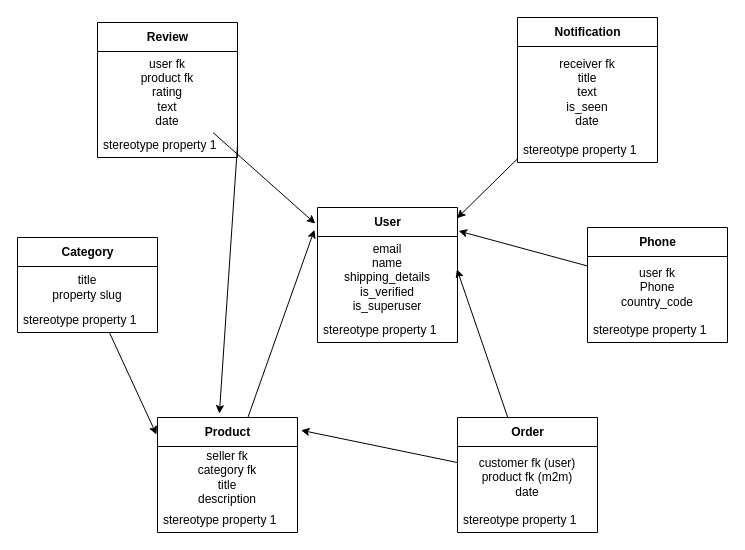
Above: uml/classDiagram.drawio in zinoubm/Marketly (draw.io), before the change. Source tidied: cells renumbered, new cells numbered last; positions are measured from the earlier drawing's top-left corner, leaving out a move shared by most shapes. Both pictures are drawn from the tidied source at 100%, with x=0, y=0 at pixel (17, 17).
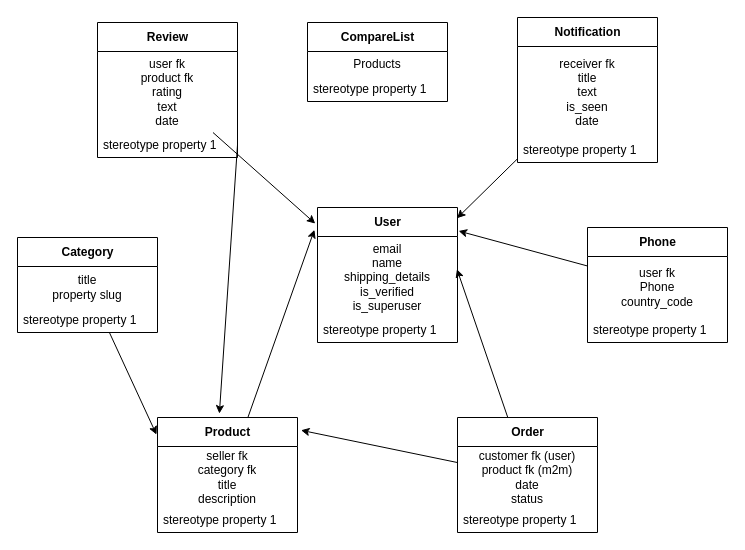
The same diagram, later.

Commit message (it also covers changes not shown here):
adding sequence diagrams

The change refers to these unchanged cells:
```xml
<mxCell id="14" value="Order" style="swimlane;fontStyle=1;align=center;verticalAlign=middle;horizontal=1;startSize=29;html=1;" parent="1" vertex="1">
  <mxGeometry x="440" y="400" width="140" height="115" as="geometry" />
</mxCell>
```

What changed in the source:
```diff
@@
-    <mxCell id="15" value="customer fk (user)&lt;br&gt;product fk (m2m)&lt;br&gt;date" style="text;html=1;strokeColor=none;fillColor=none;align=center;verticalAlign=middle;spacingLeft=4;spacingRight=4;overflow=hidden;points=[[0,0.5],[1,0.5]];portConstraint=eastwest;" parent="14" vertex="1">
+    <mxCell id="15" value="customer fk (user)&lt;br&gt;product fk (m2m)&lt;br&gt;date&lt;br&gt;status" style="text;html=1;strokeColor=none;fillColor=none;align=center;verticalAlign=middle;spacingLeft=4;spacingRight=4;overflow=hidden;points=[[0,0.5],[1,0.5]];portConstraint=eastwest;" parent="14" vertex="1">
       <mxGeometry y="29" width="140" height="61" as="geometry" />
     </mxCell>
@@
+    <mxCell id="31" value="CompareList" style="swimlane;fontStyle=1;align=center;verticalAlign=middle;horizontal=1;startSize=29;html=1;" parent="1" vertex="1">
+      <mxGeometry x="290" y="5" width="140" height="79" as="geometry" />
+    </mxCell>
+    <mxCell id="32" value="Products" style="text;html=1;strokeColor=none;fillColor=none;align=center;verticalAlign=middle;spacingLeft=4;spacingRight=4;overflow=hidden;" parent="31" vertex="1">
+      <mxGeometry y="29" width="140" height="25" as="geometry" />
+    </mxCell>
+    <mxCell id="33" value="stereotype property 1" style="text;html=1;strokeColor=none;fillColor=none;align=left;verticalAlign=middle;spacingLeft=4;spacingRight=4;overflow=hidden;" parent="31" vertex="1">
+      <mxGeometry y="54" width="140" height="25" as="geometry" />
+    </mxCell>
```
